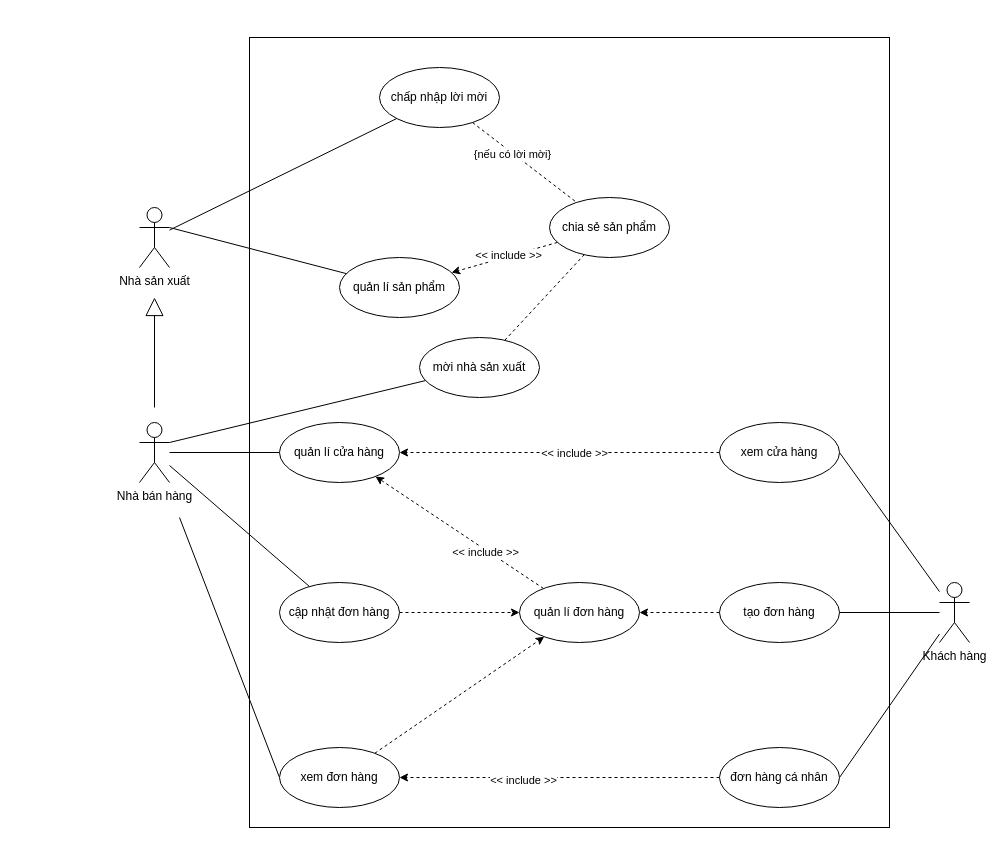
This is page "usecase" (1 of 8) of images/usecase.drawio from ocopee/docs, a draw.io file, before an edit. Source tidied: cells renumbered, new cells numbered last; positions are measured from the earlier drawing's top-left corner, leaving out a move shared by most shapes. Both pictures are drawn from the tidied source at 100%, with x=0, y=0 at pixel (139, 37).
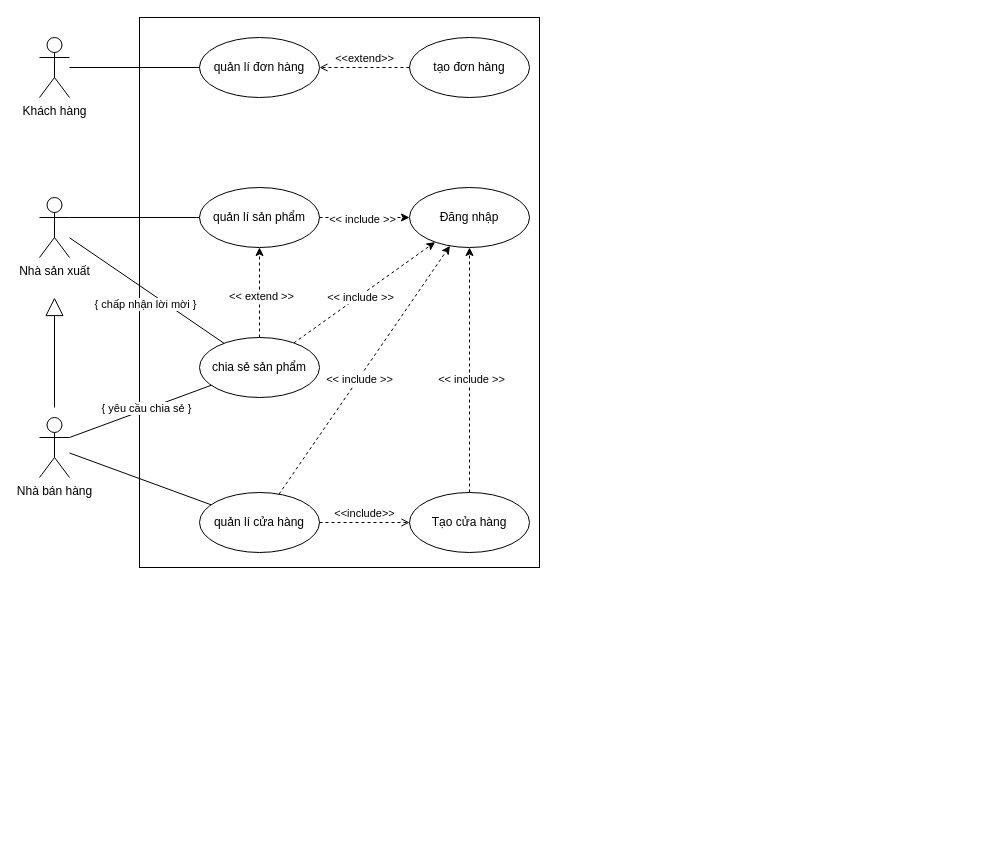
The same page after the edit.

The change refers to these unchanged cells:
```xml
<mxCell id="12" style="rounded=0;jettySize=auto;html=1;dashed=1;" parent="1" edge="1" source="17" target="11">
  <mxGeometry relative="1" as="geometry" />
</mxCell>
```

What changed in the source:
```diff
@@
     <mxCell id="2" style="html=1;" parent="1" vertex="1">
-      <mxGeometry x="110" width="640" height="790" as="geometry" />
+      <mxGeometry y="-20" width="400" height="550" as="geometry" />
     </mxCell>
@@
-    <mxCell id="4" style="edgeStyle=none;rounded=0;jettySize=auto;html=1;endArrow=none;endFill=0;" parent="1" edge="1" source="37" target="19">
-      <mxGeometry relative="1" as="geometry" />
-    </mxCell>
-    <mxCell id="5" style="edgeStyle=none;rounded=0;jettySize=auto;html=1;entryX=0;entryY=0.5;entryDx=0;entryDy=0;endArrow=none;endFill=0;" parent="1" edge="1" target="27">
-      <mxGeometry relative="1" as="geometry">
-        <mxPoint x="40" y="480" as="sourcePoint" />
-      </mxGeometry>
-    </mxCell>
-    <mxCell id="6" style="edgeStyle=none;rounded=0;jettySize=auto;html=1;endArrow=none;endFill=0;" parent="1" edge="1" source="7" target="36">
-      <mxGeometry relative="1" as="geometry" />
-    </mxCell>
     <mxCell id="7" value="Nhà bán hàng" style="shape=umlActor;verticalLabelPosition=bottom;verticalAlign=top;html=1;" parent="1" vertex="1">
-      <mxGeometry y="385" width="30" height="60" as="geometry" />
+      <mxGeometry x="-100" y="380" width="30" height="60" as="geometry" />
     </mxCell>
     <mxCell id="8" value="quản lí cửa hàng" style="ellipse;whiteSpace=wrap;html=1;verticalAlign=middle;" parent="1" vertex="1">
-      <mxGeometry x="140" y="385" width="120" height="60" as="geometry" />
+      <mxGeometry x="60" y="455" width="120" height="60" as="geometry" />
     </mxCell>
-    <mxCell id="9" style="edgeStyle=none;rounded=0;jettySize=auto;html=1;dashed=1;" parent="1" edge="1" source="32" target="8">
-      <mxGeometry relative="1" as="geometry" />
-    </mxCell>
-    <mxCell id="10" value="&amp;lt;&amp;lt; include &amp;gt;&amp;gt;" style="edgeLabel;html=1;align=center;verticalAlign=middle;" parent="9" vertex="1">
-      <mxGeometry x="-0.09" relative="1" as="geometry" />
-    </mxCell>
     <mxCell id="11" value="quản lí sản phẩm" style="ellipse;whiteSpace=wrap;html=1;" parent="1" vertex="1">
-      <mxGeometry x="200" y="220" width="120" height="60" as="geometry" />
+      <mxGeometry x="60" y="150" width="120" height="60" as="geometry" />
     </mxCell>
@@
-    <mxCell id="13" value="&amp;lt;&amp;lt; include &amp;gt;&amp;gt;" style="edgeLabel;html=1;align=center;verticalAlign=middle;" parent="12" vertex="1">
+    <mxCell id="13" value="&amp;lt;&amp;lt; extend &amp;gt;&amp;gt;" style="edgeLabel;html=1;align=center;verticalAlign=middle;" parent="12" vertex="1">
       <mxGeometry x="-0.07" y="-1" relative="1" as="geometry" />
     </mxCell>
-    <mxCell id="14" style="rounded=0;jettySize=auto;html=1;dashed=1;endArrow=none;endFill=0;" parent="1" edge="1" source="18" target="17">
-      <mxGeometry relative="1" as="geometry" />
-    </mxCell>
-    <mxCell id="15" style="rounded=0;jettySize=auto;html=1;dashed=1;endArrow=none;endFill=0;" parent="1" edge="1" source="19" target="17">
-      <mxGeometry relative="1" as="geometry" />
-    </mxCell>
-    <mxCell id="16" value="{nếu có lời mời}" style="edgeLabel;html=1;align=center;verticalAlign=middle;" parent="15" vertex="1">
-      <mxGeometry x="-0.22" y="-1" relative="1" as="geometry" />
-    </mxCell>
     <mxCell id="17" value="chia sẻ sản phẩm" style="ellipse;whiteSpace=wrap;html=1;" parent="1" vertex="1">
-      <mxGeometry x="410" y="160" width="120" height="60" as="geometry" />
+      <mxGeometry x="60" y="300" width="120" height="60" as="geometry" />
     </mxCell>
-    <mxCell id="18" value="mời nhà sản xuất" style="ellipse;whiteSpace=wrap;html=1;" parent="1" vertex="1">
-      <mxGeometry x="280" y="300" width="120" height="60" as="geometry" />
-    </mxCell>
-    <mxCell id="19" value="chấp nhập lời mời" style="ellipse;whiteSpace=wrap;html=1;" parent="1" vertex="1">
-      <mxGeometry x="240" y="30" width="120" height="60" as="geometry" />
-    </mxCell>
-    <mxCell id="20" style="edgeStyle=none;rounded=0;jettySize=auto;html=1;dashed=1;" parent="1" edge="1" source="24" target="33">
-      <mxGeometry relative="1" as="geometry" />
-    </mxCell>
-    <mxCell id="21" style="edgeStyle=none;rounded=0;jettySize=auto;html=1;dashed=1;" parent="1" edge="1" source="27" target="33">
-      <mxGeometry relative="1" as="geometry" />
-    </mxCell>
-    <mxCell id="22" style="edgeStyle=none;rounded=0;jettySize=auto;html=1;dashed=1;" parent="1" edge="1" source="33" target="8">
-      <mxGeometry relative="1" as="geometry" />
-    </mxCell>
-    <mxCell id="23" value="&amp;lt;&amp;lt; include &amp;gt;&amp;gt;" style="edgeLabel;html=1;align=center;verticalAlign=middle;" parent="22" vertex="1">
-      <mxGeometry x="-0.32" y="2" relative="1" as="geometry" />
-    </mxCell>
-    <mxCell id="24" value="tạo đơn hàng" style="ellipse;whiteSpace=wrap;html=1;" parent="1" vertex="1">
-      <mxGeometry x="580" y="545" width="120" height="60" as="geometry" />
+    <mxCell id="24" value="quản lí đơn hàng" style="ellipse;whiteSpace=wrap;html=1;" parent="1" vertex="1">
+      <mxGeometry x="60" width="120" height="60" as="geometry" />
     </mxCell>
-    <mxCell id="25" style="edgeStyle=none;rounded=0;jettySize=auto;html=1;dashed=1;" parent="1" edge="1" source="34" target="27">
-      <mxGeometry relative="1" as="geometry" />
-    </mxCell>
-    <mxCell id="26" value="&amp;lt;&amp;lt; include &amp;gt;&amp;gt;" style="edgeLabel;html=1;align=center;verticalAlign=middle;" parent="25" vertex="1">
-      <mxGeometry x="0.23" y="2" relative="1" as="geometry" />
-    </mxCell>
-    <mxCell id="27" value="xem đơn hàng" style="ellipse;whiteSpace=wrap;html=1;" parent="1" vertex="1">
-      <mxGeometry x="140" y="710" width="120" height="60" as="geometry" />
-    </mxCell>
-    <mxCell id="28" style="edgeStyle=none;rounded=0;jettySize=auto;html=1;entryX=1;entryY=0.5;entryDx=0;entryDy=0;endArrow=none;endFill=0;" parent="1" edge="1" source="31" target="24">
+    <mxCell id="28" style="edgeStyle=none;rounded=0;jettySize=auto;html=1;endArrow=none;endFill=0;" parent="1" edge="1" source="31" target="24">
       <mxGeometry relative="1" as="geometry" />
     </mxCell>
-    <mxCell id="29" style="edgeStyle=none;rounded=0;jettySize=auto;html=1;entryX=1;entryY=0.5;entryDx=0;entryDy=0;endArrow=none;endFill=0;" parent="1" edge="1" source="31" target="32">
-      <mxGeometry relative="1" as="geometry" />
-    </mxCell>
-    <mxCell id="30" style="edgeStyle=none;rounded=0;jettySize=auto;html=1;entryX=1;entryY=0.5;entryDx=0;entryDy=0;endArrow=none;endFill=0;" parent="1" edge="1" source="31" target="34">
-      <mxGeometry relative="1" as="geometry" />
-    </mxCell>
     <mxCell id="31" value="Khách hàng" style="shape=umlActor;verticalLabelPosition=bottom;verticalAlign=top;html=1;" parent="1" vertex="1">
-      <mxGeometry x="800" y="545" width="30" height="60" as="geometry" />
+      <mxGeometry x="-100" width="30" height="60" as="geometry" />
     </mxCell>
-    <mxCell id="32" value="xem cửa hàng" style="ellipse;whiteSpace=wrap;html=1;" parent="1" vertex="1">
-      <mxGeometry x="580" y="385" width="120" height="60" as="geometry" />
-    </mxCell>
-    <mxCell id="33" value="quản lí đơn hàng" style="ellipse;whiteSpace=wrap;html=1;" parent="1" vertex="1">
-      <mxGeometry x="380" y="545" width="120" height="60" as="geometry" />
-    </mxCell>
-    <mxCell id="34" value="đơn hàng cá nhân" style="ellipse;whiteSpace=wrap;html=1;" parent="1" vertex="1">
-      <mxGeometry x="580" y="710" width="120" height="60" as="geometry" />
-    </mxCell>
-    <mxCell id="35" style="edgeStyle=none;rounded=0;jettySize=auto;html=1;dashed=1;endArrow=classic;endFill=1;" parent="1" edge="1" source="36" target="33">
-      <mxGeometry relative="1" as="geometry" />
-    </mxCell>
-    <mxCell id="36" value="cập nhật đơn hàng" style="ellipse;whiteSpace=wrap;html=1;" parent="1" vertex="1">
-      <mxGeometry x="140" y="545" width="120" height="60" as="geometry" />
-    </mxCell>
     <mxCell id="37" value="Nhà sản xuất" style="shape=umlActor;verticalLabelPosition=bottom;verticalAlign=top;html=1;" parent="1" vertex="1">
-      <mxGeometry y="170" width="30" height="60" as="geometry" />
+      <mxGeometry x="-100" y="160" width="30" height="60" as="geometry" />
     </mxCell>
@@
-    <mxCell id="39" style="edgeStyle=none;rounded=0;jettySize=auto;html=1;endArrow=none;endFill=0;exitX=1;exitY=0.3333333333333333;exitDx=0;exitDy=0;exitPerimeter=0;" parent="1" edge="1" source="7" target="18">
+    <mxCell id="39" style="edgeStyle=none;rounded=0;jettySize=auto;html=1;endArrow=none;endFill=0;exitX=1;exitY=0.3333333333333333;exitDx=0;exitDy=0;exitPerimeter=0;" parent="1" edge="1" source="7" target="17">
       <mxGeometry relative="1" as="geometry" />
     </mxCell>
+    <mxCell id="41" value="{ yêu cầu chia sẻ }" style="edgeLabel;html=1;align=center;verticalAlign=middle;" parent="39" vertex="1">
+      <mxGeometry x="0.08" y="1" relative="1" as="geometry" />
+    </mxCell>
     <mxCell id="40" style="endArrow=block;endSize=16;endFill=0;html=1;rounded=0;" parent="1" edge="1">
       <mxGeometry relative="1" as="geometry">
-        <mxPoint x="15" y="370" as="sourcePoint" />
-        <mxPoint x="15" y="260" as="targetPoint" />
+        <mxPoint x="-85" y="370" as="sourcePoint" />
+        <mxPoint x="-85" y="260" as="targetPoint" />
       </mxGeometry>
     </mxCell>
+    <mxCell id="42" style="edgeStyle=none;rounded=0;jettySize=auto;html=1;endArrow=none;endFill=0;" parent="1" edge="1" source="37" target="17">
+      <mxGeometry relative="1" as="geometry" />
+    </mxCell>
+    <mxCell id="43" value="{ chấp nhận lời mời }" style="edgeLabel;html=1;align=center;verticalAlign=middle;" parent="42" vertex="1">
+      <mxGeometry x="-0.11" y="-1" relative="1" as="geometry">
+        <mxPoint x="8" y="19" as="offset" />
+      </mxGeometry>
+    </mxCell>
+    <mxCell id="44" value="Đăng nhập" style="ellipse;whiteSpace=wrap;html=1;" parent="1" vertex="1">
+      <mxGeometry x="270" y="150" width="120" height="60" as="geometry" />
+    </mxCell>
+    <mxCell id="45" style="rounded=0;jettySize=auto;html=1;dashed=1;" parent="1" edge="1" source="8" target="44">
+      <mxGeometry relative="1" as="geometry" />
+    </mxCell>
+    <mxCell id="46" value="&amp;lt;&amp;lt; include &amp;gt;&amp;gt;" style="edgeLabel;html=1;align=center;verticalAlign=middle;" parent="45" vertex="1">
+      <mxGeometry x="-0.07" y="-1" relative="1" as="geometry" />
+    </mxCell>
+    <mxCell id="47" style="rounded=0;jettySize=auto;html=1;dashed=1;" parent="1" edge="1" source="11" target="44">
+      <mxGeometry relative="1" as="geometry" />
+    </mxCell>
+    <mxCell id="48" value="&amp;lt;&amp;lt; include &amp;gt;&amp;gt;" style="edgeLabel;html=1;align=center;verticalAlign=middle;" parent="47" vertex="1">
+      <mxGeometry x="-0.07" y="-1" relative="1" as="geometry" />
+    </mxCell>
+    <mxCell id="49" style="rounded=0;jettySize=auto;html=1;dashed=1;" parent="1" edge="1" source="17" target="44">
+      <mxGeometry relative="1" as="geometry" />
+    </mxCell>
+    <mxCell id="50" value="&amp;lt;&amp;lt; include &amp;gt;&amp;gt;" style="edgeLabel;html=1;align=center;verticalAlign=middle;" parent="49" vertex="1">
+      <mxGeometry x="-0.07" y="-1" relative="1" as="geometry" />
+    </mxCell>
+    <mxCell id="51" value="tạo đơn hàng" style="ellipse;whiteSpace=wrap;html=1;verticalAlign=middle;" parent="1" vertex="1">
+      <mxGeometry x="270" width="120" height="60" as="geometry" />
+    </mxCell>
+    <mxCell id="52" value="&amp;lt;&amp;lt;extend&amp;gt;&amp;gt;" style="html=1;verticalAlign=bottom;labelBackgroundColor=none;endArrow=open;endFill=0;dashed=1;rounded=0;" parent="1" edge="1" source="51" target="24">
+      <mxGeometry relative="1" as="geometry" />
+    </mxCell>
+    <mxCell id="53" value="Tạo cửa hàng" style="ellipse;whiteSpace=wrap;html=1;verticalAlign=middle;" parent="1" vertex="1">
+      <mxGeometry x="270" y="455" width="120" height="60" as="geometry" />
+    </mxCell>
+    <mxCell id="54" value="&amp;lt;&amp;lt;include&amp;gt;&amp;gt;" style="html=1;verticalAlign=bottom;labelBackgroundColor=none;endArrow=open;endFill=0;dashed=1;rounded=0;" parent="1" edge="1" source="8" target="53">
+      <mxGeometry relative="1" as="geometry" />
+    </mxCell>
+    <mxCell id="55" style="rounded=0;jettySize=auto;html=1;dashed=1;" parent="1" edge="1" source="53" target="44">
+      <mxGeometry relative="1" as="geometry" />
+    </mxCell>
+    <mxCell id="56" value="&amp;lt;&amp;lt; include &amp;gt;&amp;gt;" style="edgeLabel;html=1;align=center;verticalAlign=middle;" parent="55" vertex="1">
+      <mxGeometry x="-0.07" y="-1" relative="1" as="geometry" />
+    </mxCell>
```
